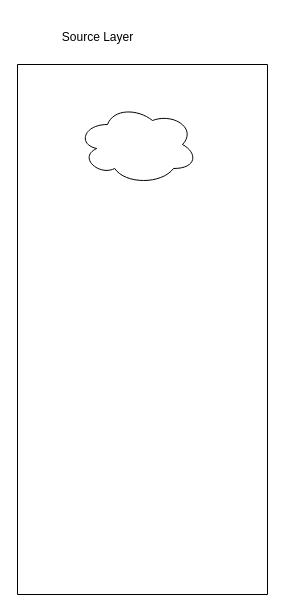
The draw.io diagram de101/module01/de_101_module01_schema.drawio in Yunikonius/datalearn_data_engineer, before the edit. Source tidied: cells renumbered, new cells numbered last; positions are measured from the earlier drawing's top-left corner, leaving out a move shared by most shapes. Both pictures are drawn from the tidied source at 100%, with x=0, y=0 at pixel (17, 22).
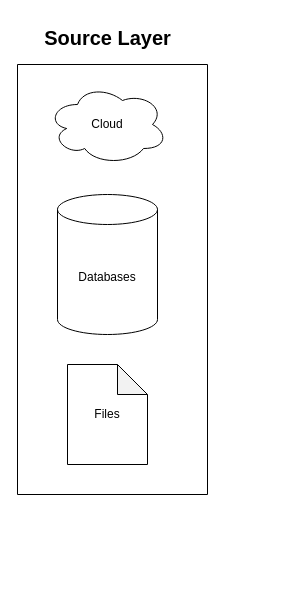
The same page after the edit.

Change to the diagram source:
```diff
@@
 <mxGraphModel>
   <root>
     <mxCell id="0" />
     <mxCell id="1" parent="0" />
+    <mxCell id="3" style="swimlane;startSize=0;" parent="1" vertex="1">
+      <mxGeometry y="42" width="190" height="430" as="geometry" />
+    </mxCell>
-    <mxCell id="2" style="ellipse;shape=cloud;whiteSpace=wrap;html=1;" parent="1" vertex="1">
-      <mxGeometry x="60" y="82" width="120" height="80" as="geometry" />
+    <mxCell id="2" value="Cloud" style="ellipse;shape=cloud;whiteSpace=wrap;html=1;" parent="3" vertex="1">
+      <mxGeometry x="30" y="20" width="120" height="80" as="geometry" />
     </mxCell>
-    <mxCell id="3" style="swimlane;startSize=0;" parent="1" vertex="1">
-      <mxGeometry y="42" width="250" height="530" as="geometry" />
-    </mxCell>
+    <mxCell id="5" value="Databases" style="shape=cylinder3;whiteSpace=wrap;html=1;boundedLbl=1;backgroundOutline=1;size=15;" parent="3" vertex="1">
+      <mxGeometry x="40" y="130" width="100" height="140" as="geometry" />
+    </mxCell>
+    <mxCell id="6" value="Files" style="shape=note;whiteSpace=wrap;html=1;backgroundOutline=1;darkOpacity=0.05;" parent="3" vertex="1">
+      <mxGeometry x="50" y="300" width="80" height="100" as="geometry" />
+    </mxCell>
-    <mxCell id="4" value="Source Layer" style="text;html=1;align=center;verticalAlign=middle;strokeColor=none;fillColor=none;" parent="1" vertex="1">
-      <mxGeometry x="35" width="90" height="30" as="geometry" />
+    <mxCell id="4" value="Source Layer" style="text;html=1;align=center;verticalAlign=middle;strokeColor=none;fillColor=none;fontSize=20;fontStyle=1;" parent="1" vertex="1">
+      <mxGeometry x="20" y="-5" width="140" height="40" as="geometry" />
     </mxCell>
   </root>
 </mxGraphModel>
```
